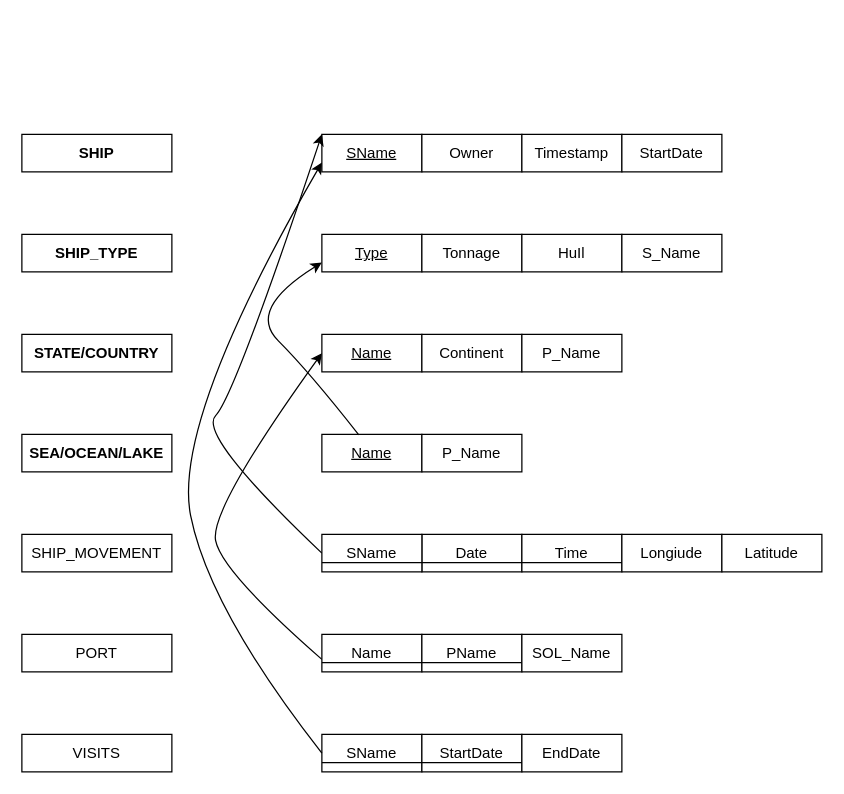
This is W7.drawio from kieuvantuyen01/testGit, a draw.io file, before an edit. Source tidied: cells renumbered, new cells numbered last; positions are measured from the earlier drawing's top-left corner, leaving out a move shared by most shapes. Both pictures are drawn from the tidied source at 125%, with x=0, y=0 at pixel (21, 134).
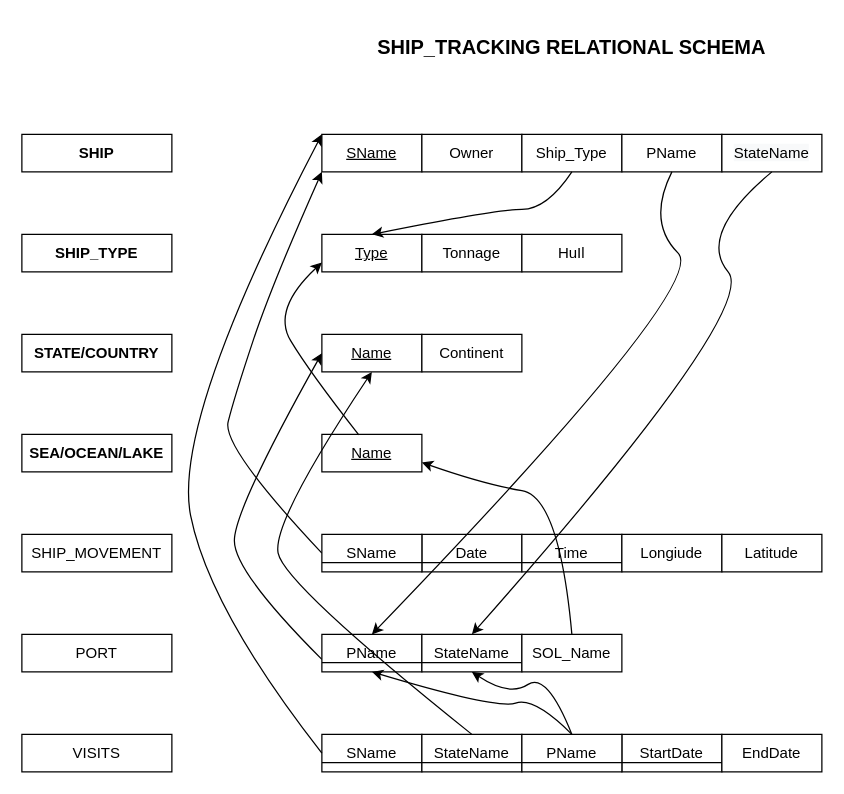
After the change.

The change refers to these unchanged cells:
```xml
<mxCell id="2" value="SName" style="rounded=0;whiteSpace=wrap;html=1;fontStyle=4;" parent="1" vertex="1">
  <mxGeometry x="240" width="80" height="30" as="geometry" />
</mxCell>
<mxCell id="5" value="Type" style="rounded=0;whiteSpace=wrap;html=1;fontStyle=4;" parent="1" vertex="1">
  <mxGeometry x="240" y="80" width="80" height="30" as="geometry" />
</mxCell>
<mxCell id="8" value="Name" style="rounded=0;whiteSpace=wrap;html=1;fontStyle=4;" parent="1" vertex="1">
  <mxGeometry x="240" y="160" width="80" height="30" as="geometry" />
</mxCell>
<mxCell id="10" value="Name" style="rounded=0;whiteSpace=wrap;html=1;fontStyle=4;" parent="1" vertex="1">
  <mxGeometry x="240" y="240" width="80" height="30" as="geometry" />
</mxCell>
<mxCell id="23" value="SName" style="rounded=0;whiteSpace=wrap;html=1;fontStyle=0;" parent="1" vertex="1">
  <mxGeometry x="240" y="320" width="80" height="30" as="geometry" />
</mxCell>
<mxCell id="26" value="SName" style="rounded=0;whiteSpace=wrap;html=1;fontStyle=0;" parent="1" vertex="1">
  <mxGeometry x="240" y="480" width="80" height="30" as="geometry" />
</mxCell>
```

The edit, as a diff of the source:
```diff
@@
     <mxCell id="14" style="curved=1;endArrow=classic;html=1;entryX=0;entryY=0.5;entryDx=0;entryDy=0;" parent="1" edge="1" target="8">
       <mxGeometry relative="1" as="geometry">
         <mxPoint x="240" y="420" as="sourcePoint" />
         <Array as="points">
-          <mxPoint x="160" y="350" />
-          <mxPoint x="150" y="300" />
+          <mxPoint x="170" y="350" />
+          <mxPoint x="170" y="300" />
         </Array>
       </mxGeometry>
     </mxCell>
     <mxCell id="15" style="curved=1;endArrow=classic;html=1;entryX=0;entryY=0.75;entryDx=0;entryDy=0;exitX=0.369;exitY=0.013;exitDx=0;exitDy=0;exitPerimeter=0;" parent="1" edge="1" source="10" target="5">
       <mxGeometry relative="1" as="geometry">
         <Array as="points">
           <mxPoint x="230" y="190" />
-          <mxPoint x="180" y="140" />
+          <mxPoint x="200" y="140" />
         </Array>
       </mxGeometry>
     </mxCell>
-    <mxCell id="16" style="curved=1;endArrow=classic;html=1;entryX=0;entryY=0;entryDx=0;entryDy=0;exitX=0;exitY=0.5;exitDx=0;exitDy=0;" parent="1" edge="1" source="23" target="2">
+    <mxCell id="16" style="curved=1;endArrow=classic;html=1;entryX=0;entryY=1;entryDx=0;entryDy=0;exitX=0;exitY=0.5;exitDx=0;exitDy=0;" parent="1" edge="1" source="23" target="2">
       <mxGeometry relative="1" as="geometry">
         <Array as="points">
-          <mxPoint x="140" y="240" />
+          <mxPoint x="160" y="250" />
           <mxPoint x="170" y="210" />
+          <mxPoint x="200" y="120" />
         </Array>
       </mxGeometry>
     </mxCell>
@@
-    <mxCell id="24" value="Name" style="rounded=0;whiteSpace=wrap;html=1;fontStyle=0;" parent="1" vertex="1">
+    <mxCell id="24" value="PName" style="rounded=0;whiteSpace=wrap;html=1;fontStyle=0;" parent="1" vertex="1">
       <mxGeometry x="240" y="400" width="80" height="30" as="geometry" />
     </mxCell>
-    <mxCell id="25" value="PName" style="rounded=0;whiteSpace=wrap;html=1;" parent="1" vertex="1">
+    <mxCell id="25" value="&lt;span&gt;StateName&lt;/span&gt;" style="rounded=0;whiteSpace=wrap;html=1;" parent="1" vertex="1">
       <mxGeometry x="320" y="400" width="80" height="30" as="geometry" />
     </mxCell>
@@
     <mxCell id="27" value="StartDate" style="rounded=0;whiteSpace=wrap;html=1;" parent="1" vertex="1">
-      <mxGeometry x="320" y="480" width="80" height="30" as="geometry" />
+      <mxGeometry x="480" y="480" width="80" height="30" as="geometry" />
     </mxCell>
     <mxCell id="28" value="EndDate" style="rounded=0;whiteSpace=wrap;html=1;" parent="1" vertex="1">
-      <mxGeometry x="400" y="480" width="80" height="30" as="geometry" />
+      <mxGeometry x="560" y="480" width="80" height="30" as="geometry" />
     </mxCell>
@@
-    <mxCell id="31" style="endArrow=none;html=1;exitX=0;exitY=0.75;exitDx=0;exitDy=0;entryX=0;entryY=0.75;entryDx=0;entryDy=0;" parent="1" edge="1" source="26" target="28">
-      <mxGeometry relative="1" as="geometry" />
-    </mxCell>
-    <mxCell id="32" style="curved=1;endArrow=classic;html=1;entryX=0;entryY=0.75;entryDx=0;entryDy=0;exitX=0;exitY=0.5;exitDx=0;exitDy=0;" parent="1" edge="1" source="26" target="2">
+    <mxCell id="32" style="curved=1;endArrow=classic;html=1;entryX=0;entryY=0;entryDx=0;entryDy=0;exitX=0;exitY=0.5;exitDx=0;exitDy=0;" parent="1" edge="1" source="26" target="2">
       <mxGeometry relative="1" as="geometry">
         <Array as="points">
           <mxPoint x="150" y="380" />
           <mxPoint x="120" y="230" />
         </Array>
       </mxGeometry>
     </mxCell>
-    <mxCell id="33" value="Timestamp" style="rounded=0;whiteSpace=wrap;html=1;" parent="1" vertex="1">
+    <mxCell id="33" value="Ship_Type" style="rounded=0;whiteSpace=wrap;html=1;" parent="1" vertex="1">
       <mxGeometry x="400" width="80" height="30" as="geometry" />
     </mxCell>
-    <mxCell id="34" value="S_Name" style="rounded=0;whiteSpace=wrap;html=1;" parent="1" vertex="1">
-      <mxGeometry x="480" y="80" width="80" height="30" as="geometry" />
-    </mxCell>
-    <mxCell id="35" value="P_Name" style="rounded=0;whiteSpace=wrap;html=1;" parent="1" vertex="1">
-      <mxGeometry x="400" y="160" width="80" height="30" as="geometry" />
-    </mxCell>
-    <mxCell id="36" value="P_Name" style="rounded=0;whiteSpace=wrap;html=1;" parent="1" vertex="1">
-      <mxGeometry x="320" y="240" width="80" height="30" as="geometry" />
-    </mxCell>
-    <mxCell id="37" value="StartDate" style="rounded=0;whiteSpace=wrap;html=1;" parent="1" vertex="1">
+    <mxCell id="37" value="&lt;span&gt;PName&lt;/span&gt;" style="rounded=0;whiteSpace=wrap;html=1;" parent="1" vertex="1">
       <mxGeometry x="480" width="80" height="30" as="geometry" />
     </mxCell>
@@
+    <mxCell id="40" value="&#10;&#10;&lt;span style=&quot;color: rgb(0, 0, 0); font-family: helvetica; font-size: 12px; font-style: normal; font-weight: 400; letter-spacing: normal; text-align: center; text-indent: 0px; text-transform: none; word-spacing: 0px; background-color: rgb(248, 249, 250); display: inline; float: none;&quot;&gt;StateName&lt;/span&gt;&#10;&#10;" style="rounded=0;whiteSpace=wrap;html=1;" parent="1" vertex="1">
+      <mxGeometry x="560" width="80" height="30" as="geometry" />
+    </mxCell>
+    <mxCell id="41" value="StateName" style="rounded=0;whiteSpace=wrap;html=1;" parent="1" vertex="1">
+      <mxGeometry x="320" y="480" width="80" height="30" as="geometry" />
+    </mxCell>
+    <mxCell id="42" value="PName" style="rounded=0;whiteSpace=wrap;html=1;" parent="1" vertex="1">
+      <mxGeometry x="400" y="480" width="80" height="30" as="geometry" />
+    </mxCell>
+    <mxCell id="43" style="endArrow=none;html=1;exitX=0;exitY=0.75;exitDx=0;exitDy=0;entryX=1;entryY=0.75;entryDx=0;entryDy=0;" parent="1" edge="1" source="26" target="27">
+      <mxGeometry relative="1" as="geometry" />
+    </mxCell>
+    <mxCell id="44" style="curved=1;endArrow=classic;html=1;entryX=0.5;entryY=0;entryDx=0;entryDy=0;exitX=0.5;exitY=1;exitDx=0;exitDy=0;" parent="1" edge="1" source="33" target="5">
+      <mxGeometry relative="1" as="geometry">
+        <Array as="points">
+          <mxPoint x="420" y="60" />
+          <mxPoint x="380" y="60" />
+        </Array>
+      </mxGeometry>
+    </mxCell>
+    <mxCell id="45" style="curved=1;endArrow=classic;html=1;entryX=0.5;entryY=0;entryDx=0;entryDy=0;exitX=0.5;exitY=1;exitDx=0;exitDy=0;" parent="1" edge="1" source="37" target="24">
+      <mxGeometry relative="1" as="geometry">
+        <Array as="points">
+          <mxPoint x="500" y="70" />
+          <mxPoint x="550" y="120" />
+        </Array>
+      </mxGeometry>
+    </mxCell>
+    <mxCell id="46" style="curved=1;endArrow=classic;html=1;entryX=0.5;entryY=0;entryDx=0;entryDy=0;exitX=0.5;exitY=1;exitDx=0;exitDy=0;" parent="1" edge="1" source="40" target="25">
+      <mxGeometry relative="1" as="geometry">
+        <Array as="points">
+          <mxPoint x="540" y="80" />
+          <mxPoint x="590" y="140" />
+        </Array>
+      </mxGeometry>
+    </mxCell>
+    <mxCell id="47" style="curved=1;endArrow=classic;html=1;entryX=1;entryY=0.75;entryDx=0;entryDy=0;exitX=0.5;exitY=0;exitDx=0;exitDy=0;" parent="1" edge="1" target="10">
+      <mxGeometry relative="1" as="geometry">
+        <mxPoint x="440" y="400" as="sourcePoint" />
+        <Array as="points">
+          <mxPoint x="430" y="290" />
+          <mxPoint x="370" y="280" />
+        </Array>
+      </mxGeometry>
+    </mxCell>
+    <mxCell id="48" style="curved=1;endArrow=classic;html=1;entryX=0.5;entryY=1;entryDx=0;entryDy=0;exitX=0.5;exitY=0;exitDx=0;exitDy=0;" parent="1" edge="1" source="41" target="8">
+      <mxGeometry relative="1" as="geometry">
+        <Array as="points">
+          <mxPoint x="210" y="360" />
+          <mxPoint x="200" y="310" />
+        </Array>
+      </mxGeometry>
+    </mxCell>
+    <mxCell id="49" style="curved=1;endArrow=classic;html=1;exitX=0.5;exitY=0;exitDx=0;exitDy=0;entryX=0.5;entryY=1;entryDx=0;entryDy=0;" parent="1" edge="1" source="42" target="24">
+      <mxGeometry relative="1" as="geometry">
+        <Array as="points">
+          <mxPoint x="410" y="450" />
+          <mxPoint x="380" y="460" />
+        </Array>
+      </mxGeometry>
+    </mxCell>
+    <mxCell id="50" style="curved=1;endArrow=classic;html=1;entryX=0.5;entryY=1;entryDx=0;entryDy=0;exitX=0.5;exitY=0;exitDx=0;exitDy=0;" parent="1" edge="1" source="42" target="25">
+      <mxGeometry relative="1" as="geometry">
+        <Array as="points">
+          <mxPoint x="420" y="430" />
+          <mxPoint x="390" y="450" />
+        </Array>
+      </mxGeometry>
+    </mxCell>
+    <mxCell id="51" value="&lt;span class=&quot;fontstyle0&quot;&gt;&lt;b&gt;&lt;font style=&quot;font-size: 16px&quot;&gt;SHIP_TRACKING RELATIONAL SCHEMA&lt;/font&gt;&lt;/b&gt;&lt;/span&gt;" style="text;html=1;strokeColor=none;fillColor=none;align=center;verticalAlign=middle;whiteSpace=wrap;rounded=0;" parent="1" vertex="1">
+      <mxGeometry x="275" y="-90" width="330" height="40" as="geometry" />
+    </mxCell>
```
